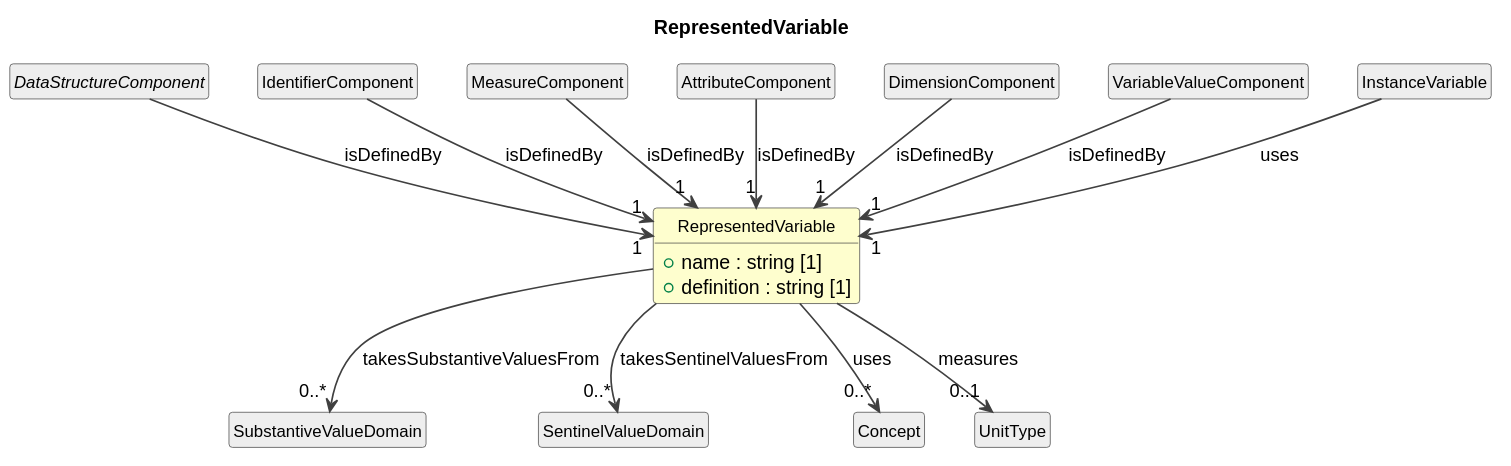
Earlier version of the PlantUML export cdif-uml-model/_plantuml/cdifDataStructure/Classes/RepresentedVariable.svg (Cross-Domain-Interoperability-Framework/metadataBuildingBlocks).
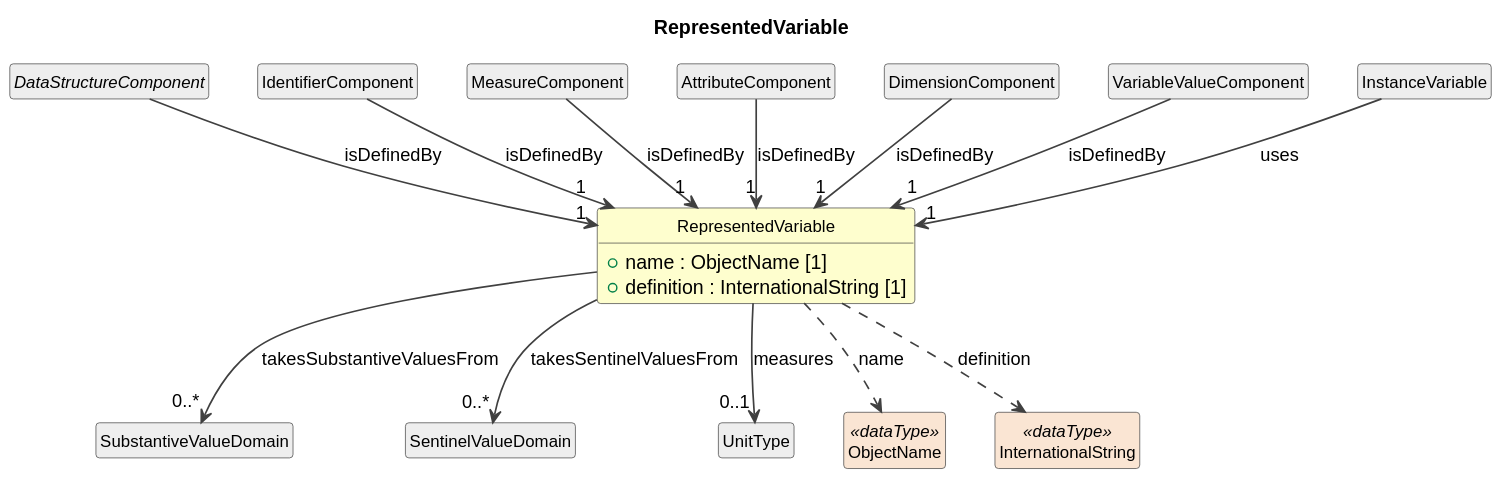
The same file after the commit.

The edit, as a diff of the source:
```diff
@@ -11,8 +11,8 @@
 }
 
 class "RepresentedVariable" as RepresentedVariable #FEFECE {
-  +name : string [1]
-  +definition : string [1]
+  +name : ObjectName [1]
+  +definition : InternationalString [1]
 }
 abstract class "DataStructureComponent" as DataStructureComponent #EEEEEE
 DataStructureComponent --> "1" RepresentedVariable : isDefinedBy
@@ -30,10 +30,12 @@
 RepresentedVariable --> "0..*" SubstantiveValueDomain : takesSubstantiveValuesFrom
 class "SentinelValueDomain" as SentinelValueDomain #EEEEEE
 RepresentedVariable --> "0..*" SentinelValueDomain : takesSentinelValuesFrom
-class "Concept" as Concept #EEEEEE
-RepresentedVariable --> "0..*" Concept : uses
 class "UnitType" as UnitType #EEEEEE
 RepresentedVariable --> "0..1" UnitType : measures
 class "InstanceVariable" as InstanceVariable #EEEEEE
 InstanceVariable --> "1" RepresentedVariable : uses
+class "ObjectName" as ObjectName <<dataType>> #FAE5D3
+RepresentedVariable ..> ObjectName : name
+class "InternationalString" as InternationalString <<dataType>> #FAE5D3
+RepresentedVariable ..> InternationalString : definition
 @enduml
```
